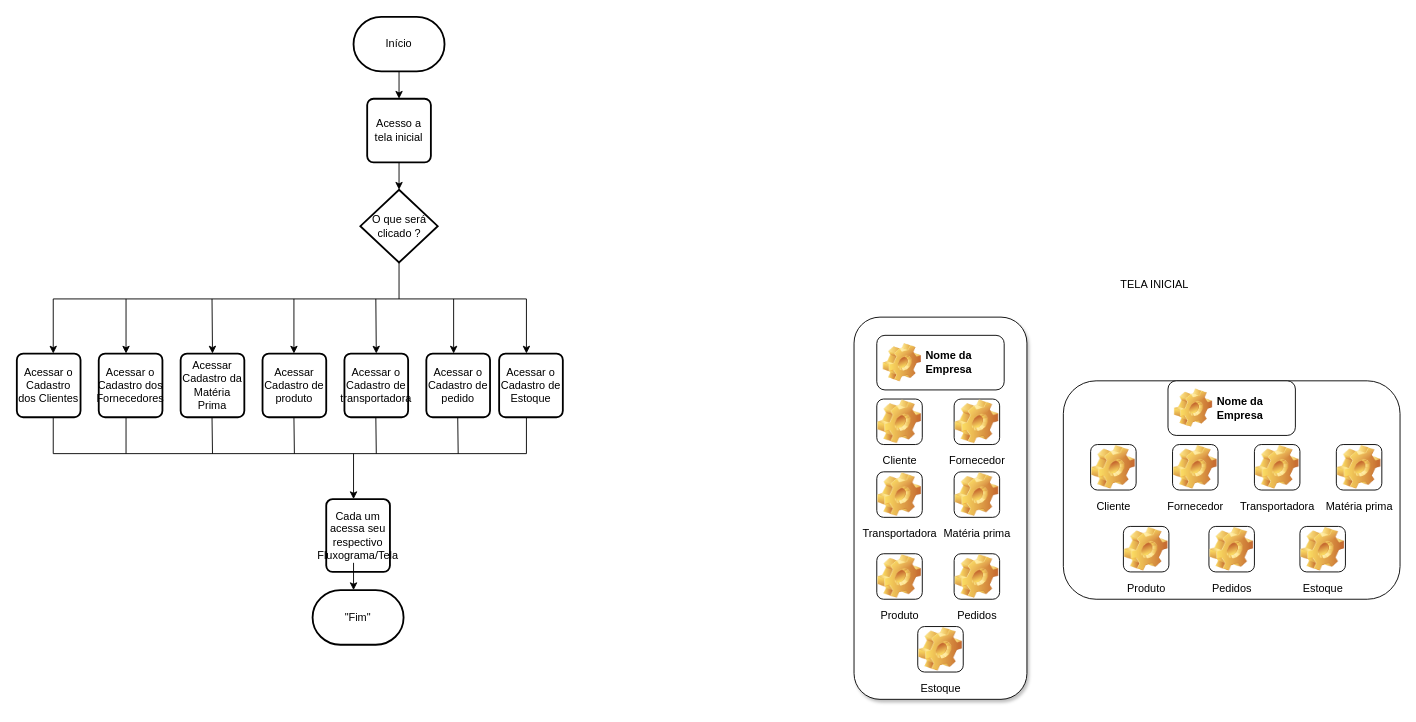
Earlier version of the draw.io diagram page "Tela-Inicial" (1 of 14) of DOC/Fluxograma.drawio (GuilhermeIgarashi7/avatar-Fluxograma). Source tidied: cells renumbered, new cells numbered last; positions are measured from the earlier drawing's top-left corner, leaving out a move shared by most shapes. Both pictures are drawn from the tidied source at 91%, with x=0, y=0 at pixel (16, 16).
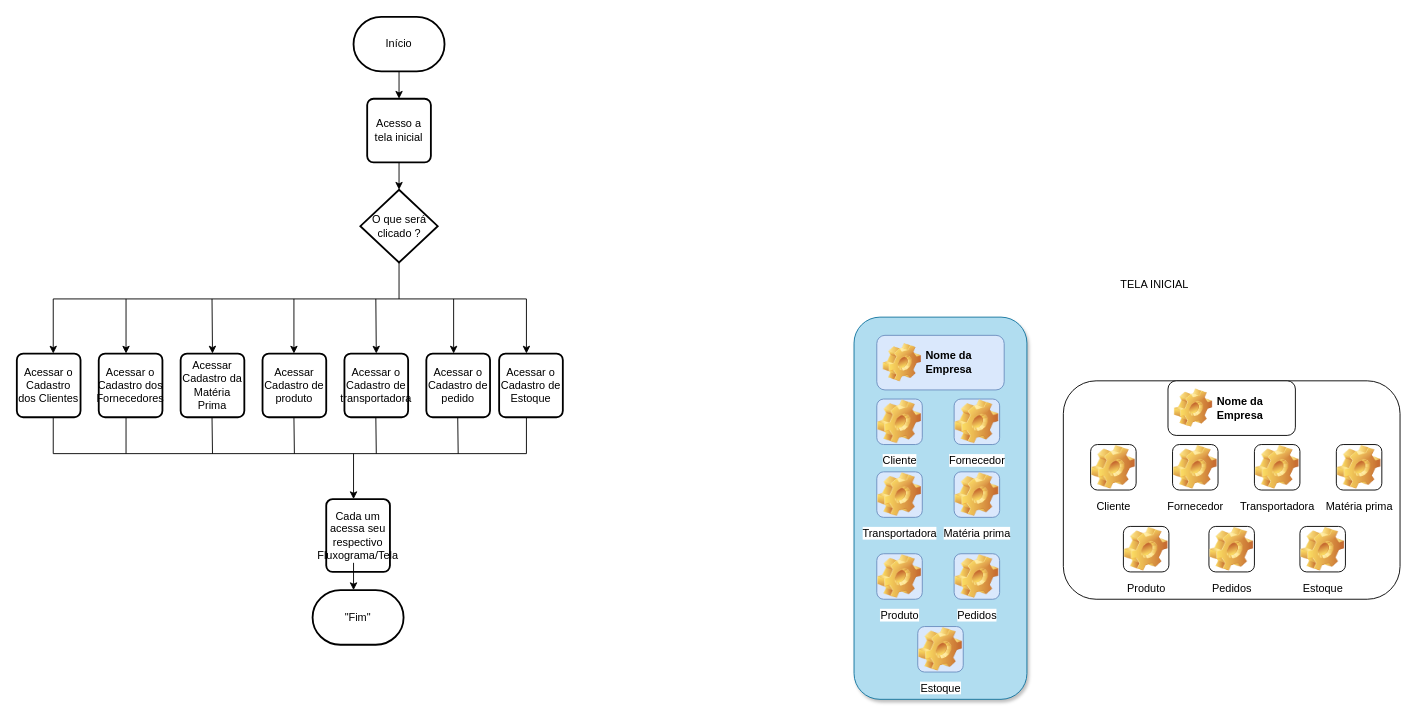
The same page after the edit.

Commit message:
novo planejamento

Diff of the diagram source:
```diff
@@
-    <mxCell id="34" style="rounded=1;whiteSpace=wrap;html=1;strokeColor=#000000;shadow=1;glass=0;" parent="1" vertex="1">
+    <mxCell id="34" style="rounded=1;whiteSpace=wrap;html=1;strokeColor=#10739e;shadow=1;glass=0;fillColor=#b1ddf0;" parent="1" vertex="1">
       <mxGeometry x="920" y="330" width="190" height="420" as="geometry" />
     </mxCell>
-    <mxCell id="35" value="Nome da Empresa " style="label;whiteSpace=wrap;html=1;image=img/clipart/Gear_128x128.png;" parent="1" vertex="1">
+    <mxCell id="35" value="Nome da Empresa " style="label;whiteSpace=wrap;html=1;image=img/clipart/Gear_128x128.png;fillColor=#dae8fc;strokeColor=#6c8ebf;" parent="1" vertex="1">
       <mxGeometry x="945" y="350" width="140" height="60" as="geometry" />
     </mxCell>
-    <mxCell id="36" value="Cliente" style="icon;html=1;image=img/clipart/Gear_128x128.png;" parent="1" vertex="1">
+    <mxCell id="36" value="Cliente" style="icon;html=1;image=img/clipart/Gear_128x128.png;fillColor=#dae8fc;strokeColor=#6c8ebf;" parent="1" vertex="1">
       <mxGeometry x="945" y="420" width="50" height="50" as="geometry" />
     </mxCell>
-    <mxCell id="37" value="Fornecedor" style="icon;html=1;image=img/clipart/Gear_128x128.png;" parent="1" vertex="1">
+    <mxCell id="37" value="Fornecedor" style="icon;html=1;image=img/clipart/Gear_128x128.png;fillColor=#dae8fc;strokeColor=#6c8ebf;" parent="1" vertex="1">
       <mxGeometry x="1030" y="420" width="50" height="50" as="geometry" />
     </mxCell>
-    <mxCell id="38" value="Transportadora" style="icon;html=1;image=img/clipart/Gear_128x128.png;" parent="1" vertex="1">
+    <mxCell id="38" value="Transportadora" style="icon;html=1;image=img/clipart/Gear_128x128.png;fillColor=#dae8fc;strokeColor=#6c8ebf;" parent="1" vertex="1">
       <mxGeometry x="945" y="500" width="50" height="50" as="geometry" />
     </mxCell>
-    <mxCell id="39" value="Matéria prima" style="icon;html=1;image=img/clipart/Gear_128x128.png;" parent="1" vertex="1">
+    <mxCell id="39" value="Matéria prima" style="icon;html=1;image=img/clipart/Gear_128x128.png;fillColor=#dae8fc;strokeColor=#6c8ebf;" parent="1" vertex="1">
       <mxGeometry x="1030" y="500" width="50" height="50" as="geometry" />
     </mxCell>
-    <mxCell id="40" value="Produto" style="icon;html=1;image=img/clipart/Gear_128x128.png;" parent="1" vertex="1">
+    <mxCell id="40" value="Produto" style="icon;html=1;image=img/clipart/Gear_128x128.png;fillColor=#dae8fc;strokeColor=#6c8ebf;" parent="1" vertex="1">
       <mxGeometry x="945" y="590" width="50" height="50" as="geometry" />
     </mxCell>
-    <mxCell id="41" value="Pedidos" style="icon;html=1;image=img/clipart/Gear_128x128.png;" parent="1" vertex="1">
+    <mxCell id="41" value="Pedidos" style="icon;html=1;image=img/clipart/Gear_128x128.png;fillColor=#dae8fc;strokeColor=#6c8ebf;" parent="1" vertex="1">
       <mxGeometry x="1030" y="590" width="50" height="50" as="geometry" />
     </mxCell>
@@
-    <mxCell id="51" value="Estoque" style="icon;html=1;image=img/clipart/Gear_128x128.png;" parent="1" vertex="1">
+    <mxCell id="51" value="Estoque" style="icon;html=1;image=img/clipart/Gear_128x128.png;fillColor=#dae8fc;strokeColor=#6c8ebf;" parent="1" vertex="1">
       <mxGeometry x="990" y="670" width="50" height="50" as="geometry" />
     </mxCell>
```
